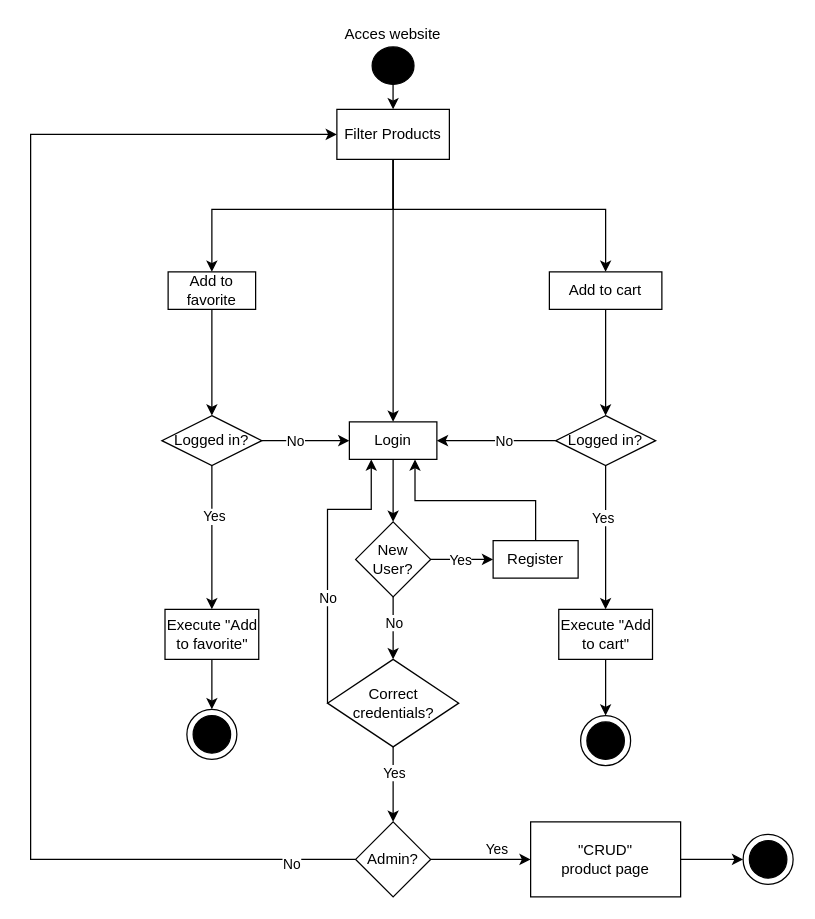
Before: Diagrame/Activity diagram.drawio in sergiusergiu1234/licenta, a draw.io diagram. Source tidied: cells renumbered, new cells numbered last; positions are measured from the earlier drawing's top-left corner, leaving out a move shared by most shapes. Both pictures are drawn from the tidied source at 125%, with x=0, y=0 at pixel (30, 21).
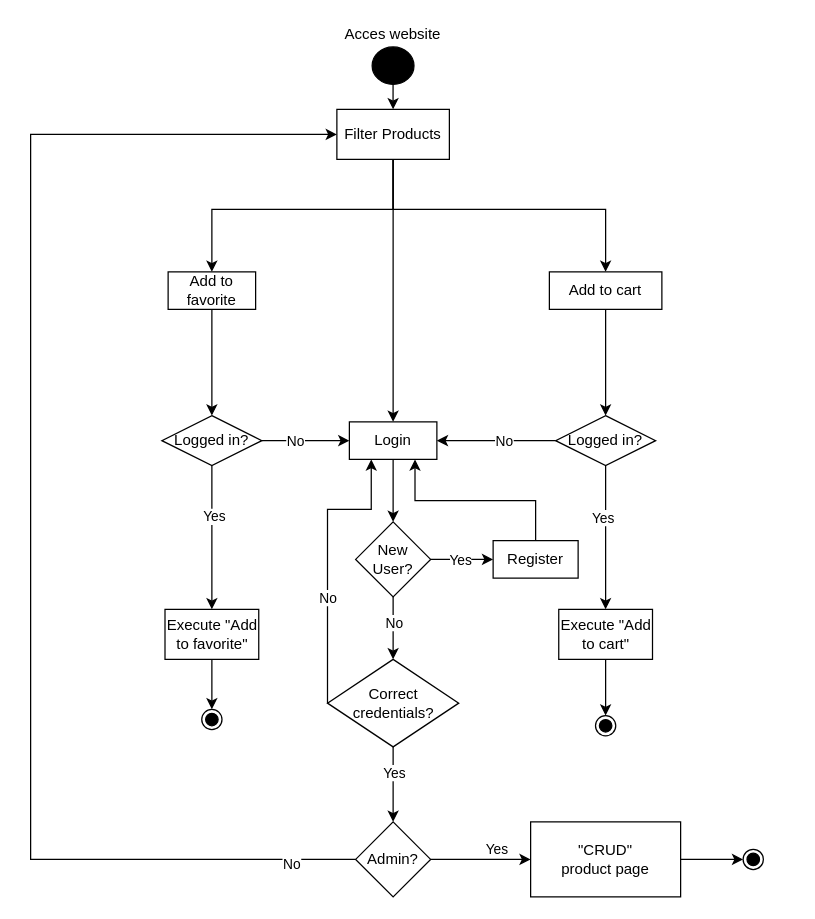
Above is the later version.

Unchanged cells that the change refers to:
```xml
<mxCell id="37" value="Execute&amp;nbsp;&quot;Add to favorite&quot;" style="rounded=0;whiteSpace=wrap;html=1;fillColor=#FFFFFF;" parent="1" vertex="1">
  <mxGeometry x="107.5" y="470" width="75" height="40" as="geometry" />
</mxCell>
<mxCell id="43" value="&quot;CRUD&quot; &lt;br&gt;product page" style="rounded=0;whiteSpace=wrap;html=1;" parent="1" vertex="1">
  <mxGeometry x="400" y="640" width="120" height="60" as="geometry" />
</mxCell>
```

The edit, as a diff of the source:
```diff
@@
-    <mxCell id="45" style="ellipse;whiteSpace=wrap;html=1;" parent="1" vertex="1">
-      <mxGeometry x="125" y="550" width="40" height="40" as="geometry" />
-    </mxCell>
-    <mxCell id="46" style="ellipse;whiteSpace=wrap;html=1;fillColor=#000000;" parent="1" vertex="1">
-      <mxGeometry x="130" y="555" width="30" height="30" as="geometry" />
-    </mxCell>
     <mxCell id="47" style="ellipse;whiteSpace=wrap;html=1;" parent="1" vertex="1">
-      <mxGeometry x="440" y="555" width="40" height="40" as="geometry" />
+      <mxGeometry x="451.9" y="555" width="16.2" height="16.2" as="geometry" />
     </mxCell>
     <mxCell id="48" style="ellipse;whiteSpace=wrap;html=1;fillColor=#000000;" parent="1" vertex="1">
-      <mxGeometry x="445" y="560" width="30" height="30" as="geometry" />
+      <mxGeometry x="455" y="558.1" width="10" height="10" as="geometry" />
     </mxCell>
-    <mxCell id="49" style="endArrow=classic;html=1;rounded=0;elbow=vertical;exitX=0.5;exitY=1;exitDx=0;exitDy=0;entryX=0.5;entryY=0;entryDx=0;entryDy=0;" parent="1" edge="1" source="37" target="45">
-      <mxGeometry relative="1" as="geometry" />
+    <mxCell id="49" style="endArrow=classic;html=1;rounded=0;elbow=vertical;exitX=0.5;exitY=1;exitDx=0;exitDy=0;entryX=0.5;entryY=0;entryDx=0;entryDy=0;" parent="1" edge="1" source="37">
+      <mxGeometry relative="1" as="geometry">
+        <mxPoint x="145" y="550" as="targetPoint" />
+      </mxGeometry>
     </mxCell>
@@
-    <mxCell id="51" style="ellipse;whiteSpace=wrap;html=1;" parent="1" vertex="1">
-      <mxGeometry x="570" y="650" width="40" height="40" as="geometry" />
-    </mxCell>
-    <mxCell id="52" style="ellipse;whiteSpace=wrap;html=1;fillColor=#000000;" parent="1" vertex="1">
-      <mxGeometry x="575" y="655" width="30" height="30" as="geometry" />
-    </mxCell>
-    <mxCell id="53" style="endArrow=classic;html=1;rounded=0;elbow=vertical;exitX=1;exitY=0.5;exitDx=0;exitDy=0;entryX=0;entryY=0.5;entryDx=0;entryDy=0;" parent="1" edge="1" source="43" target="51">
-      <mxGeometry relative="1" as="geometry" />
+    <mxCell id="53" style="endArrow=classic;html=1;rounded=0;elbow=vertical;exitX=1;exitY=0.5;exitDx=0;exitDy=0;entryX=0;entryY=0.5;entryDx=0;entryDy=0;" parent="1" edge="1" source="43">
+      <mxGeometry relative="1" as="geometry">
+        <mxPoint x="570" y="670" as="targetPoint" />
+      </mxGeometry>
     </mxCell>
+    <mxCell id="54" style="ellipse;whiteSpace=wrap;html=1;" parent="1" vertex="1">
+      <mxGeometry x="136.9" y="550" width="16.2" height="16.2" as="geometry" />
+    </mxCell>
+    <mxCell id="55" style="ellipse;whiteSpace=wrap;html=1;fillColor=#000000;" parent="1" vertex="1">
+      <mxGeometry x="140" y="553.1" width="10" height="10" as="geometry" />
+    </mxCell>
+    <mxCell id="56" style="ellipse;whiteSpace=wrap;html=1;" parent="1" vertex="1">
+      <mxGeometry x="570" y="661.9" width="16.2" height="16.2" as="geometry" />
+    </mxCell>
+    <mxCell id="57" style="ellipse;whiteSpace=wrap;html=1;fillColor=#000000;" parent="1" vertex="1">
+      <mxGeometry x="573.1" y="665" width="10" height="10" as="geometry" />
+    </mxCell>
```
